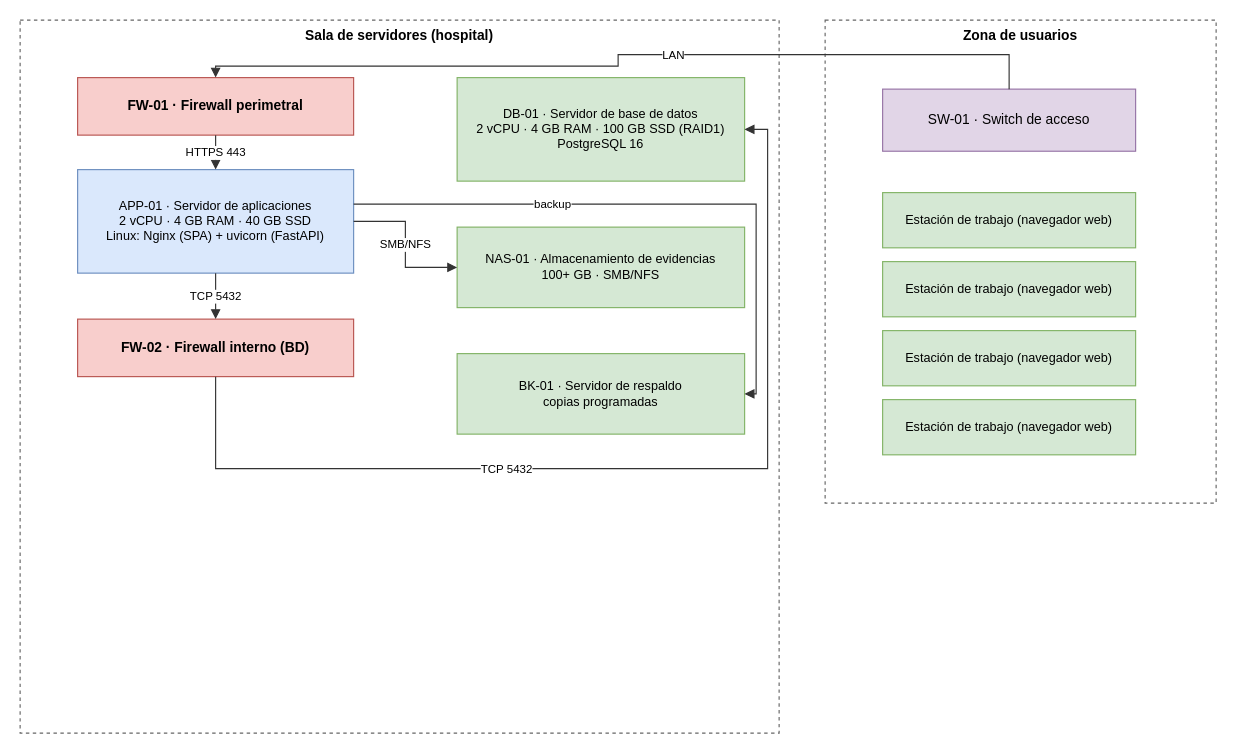
Earlier version of the draw.io diagram Documentacion/Entregas/U2-Desarrollo_e_Implementacion/07_infraestructura/07a_infraestructura.drawio (pbahamondez-inacap/proyectotitulo-inacap-Pbahamondez). Source tidied: cells renumbered, new cells numbered last; positions are measured from the earlier drawing's top-left corner, leaving out a move shared by most shapes. Both pictures are drawn from the tidied source at 115%, with x=0, y=0 at pixel (20, 20).
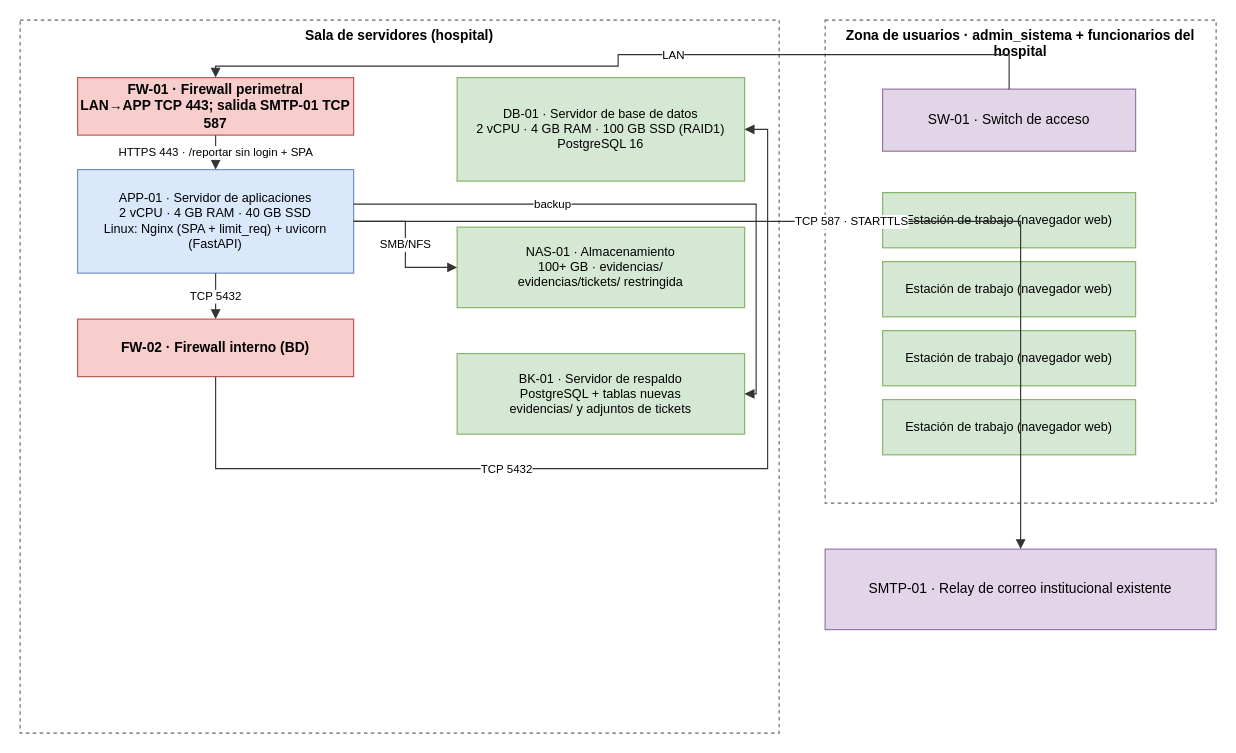
After the change.

Unchanged cells that the change refers to:
```xml
<mxCell id="2" value="Sala de servidores (hospital)" style="rounded=0;whiteSpace=wrap;html=1;dashed=1;fillColor=none;strokeColor=#666666;fontStyle=1;verticalAlign=top;fontSize=12;" parent="1" vertex="1">
  <mxGeometry width="660" height="620" as="geometry" />
</mxCell>
```

What changed in the source:
```diff
@@
-    <mxCell id="3" value="FW-01 · Firewall perimetral" style="rounded=0;whiteSpace=wrap;html=1;fillColor=#f8cecc;strokeColor=#b85450;fontStyle=1;fontSize=12;" parent="2" vertex="1">
+    <mxCell id="3" value="FW-01 · Firewall perimetral&#10;LAN→APP TCP 443; salida SMTP-01 TCP 587" style="rounded=0;whiteSpace=wrap;html=1;fillColor=#f8cecc;strokeColor=#b85450;fontStyle=1;fontSize=12;" parent="2" vertex="1">
       <mxGeometry x="50" y="50" width="240" height="50" as="geometry" />
     </mxCell>
-    <mxCell id="4" value="APP-01 · Servidor de aplicaciones&#10;2 vCPU · 4 GB RAM · 40 GB SSD&#10;Linux: Nginx (SPA) + uvicorn (FastAPI)" style="rounded=0;whiteSpace=wrap;html=1;fillColor=#dae8fc;strokeColor=#6c8ebf;fontSize=11;" parent="2" vertex="1">
+    <mxCell id="4" value="APP-01 · Servidor de aplicaciones&#10;2 vCPU · 4 GB RAM · 40 GB SSD&#10;Linux: Nginx (SPA + limit_req) + uvicorn (FastAPI)" style="rounded=0;whiteSpace=wrap;html=1;fillColor=#dae8fc;strokeColor=#6c8ebf;fontSize=11;" parent="2" vertex="1">
       <mxGeometry x="50" y="130" width="240" height="90" as="geometry" />
     </mxCell>
@@
-    <mxCell id="7" value="NAS-01 · Almacenamiento de evidencias&#10;100+ GB · SMB/NFS" style="rounded=0;whiteSpace=wrap;html=1;fillColor=#d5e8d4;strokeColor=#82b366;fontSize=11;" parent="2" vertex="1">
+    <mxCell id="7" value="NAS-01 · Almacenamiento&#10;100+ GB · evidencias/&#10;evidencias/tickets/ restringida" style="rounded=0;whiteSpace=wrap;html=1;fillColor=#d5e8d4;strokeColor=#82b366;fontSize=11;" parent="2" vertex="1">
       <mxGeometry x="380" y="180" width="250" height="70" as="geometry" />
     </mxCell>
-    <mxCell id="8" value="BK-01 · Servidor de respaldo&#10;copias programadas" style="rounded=0;whiteSpace=wrap;html=1;fillColor=#d5e8d4;strokeColor=#82b366;fontSize=11;" parent="2" vertex="1">
+    <mxCell id="8" value="BK-01 · Servidor de respaldo&#10;PostgreSQL + tablas nuevas&#10;evidencias/ y adjuntos de tickets" style="rounded=0;whiteSpace=wrap;html=1;fillColor=#d5e8d4;strokeColor=#82b366;fontSize=11;" parent="2" vertex="1">
       <mxGeometry x="380" y="290" width="250" height="70" as="geometry" />
     </mxCell>
-    <mxCell id="9" value="Zona de usuarios" style="rounded=0;whiteSpace=wrap;html=1;dashed=1;fillColor=none;strokeColor=#666666;fontStyle=1;verticalAlign=top;fontSize=12;" parent="1" vertex="1">
+    <mxCell id="9" value="Zona de usuarios · admin_sistema + funcionarios del hospital" style="rounded=0;whiteSpace=wrap;html=1;dashed=1;fillColor=none;strokeColor=#666666;fontStyle=1;verticalAlign=top;fontSize=12;" parent="1" vertex="1">
       <mxGeometry x="700" width="340" height="420" as="geometry" />
     </mxCell>
@@
-    <mxCell id="16" value="HTTPS 443" style="edgeStyle=orthogonalEdgeStyle;rounded=0;html=1;endArrow=block;strokeColor=#333333;fontSize=10;" parent="1" edge="1" source="3" target="4">
+    <mxCell id="16" value="HTTPS 443 · /reportar sin login + SPA" style="edgeStyle=orthogonalEdgeStyle;rounded=0;html=1;endArrow=block;strokeColor=#333333;fontSize=10;" parent="1" edge="1" source="3" target="4">
       <mxGeometry relative="1" as="geometry" />
     </mxCell>
@@
+    <mxCell id="21" value="SMTP-01 · Relay de correo institucional existente" style="rounded=0;whiteSpace=wrap;html=1;fillColor=#e1d5e7;strokeColor=#9673a6;fontSize=12;" parent="1" vertex="1">
+      <mxGeometry x="700" y="460" width="340" height="70" as="geometry" />
+    </mxCell>
+    <mxCell id="22" value="TCP 587 · STARTTLS" style="edgeStyle=orthogonalEdgeStyle;rounded=0;html=1;endArrow=block;strokeColor=#333333;fontSize=10;" parent="1" edge="1" source="4" target="21">
+      <mxGeometry relative="1" as="geometry" />
+    </mxCell>
```
